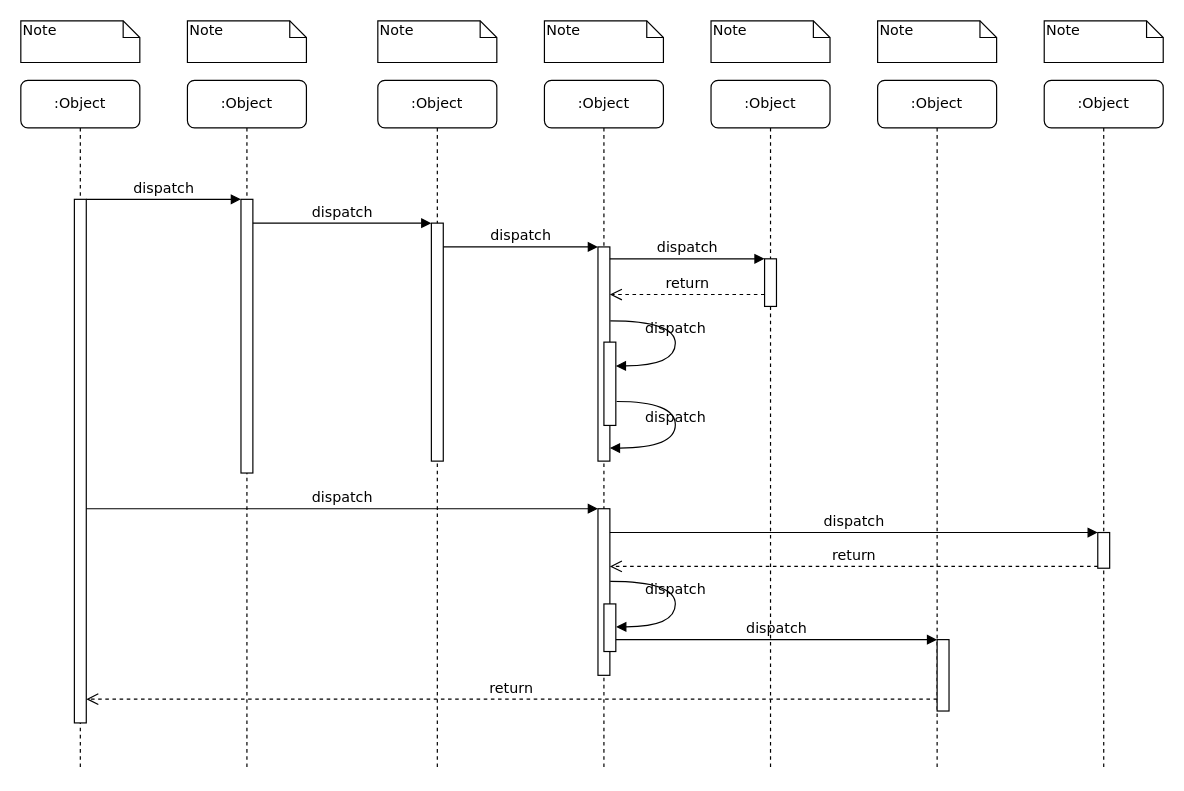
The draw.io diagram assets/未命名绘图.drawio in Limbozombie/WebServer, before the edit. Source tidied: cells renumbered, new cells numbered last; positions are measured from the earlier drawing's top-left corner, leaving out a move shared by most shapes. Both pictures are drawn from the tidied source at 119%, with x=0, y=0 at pixel (20, 20).
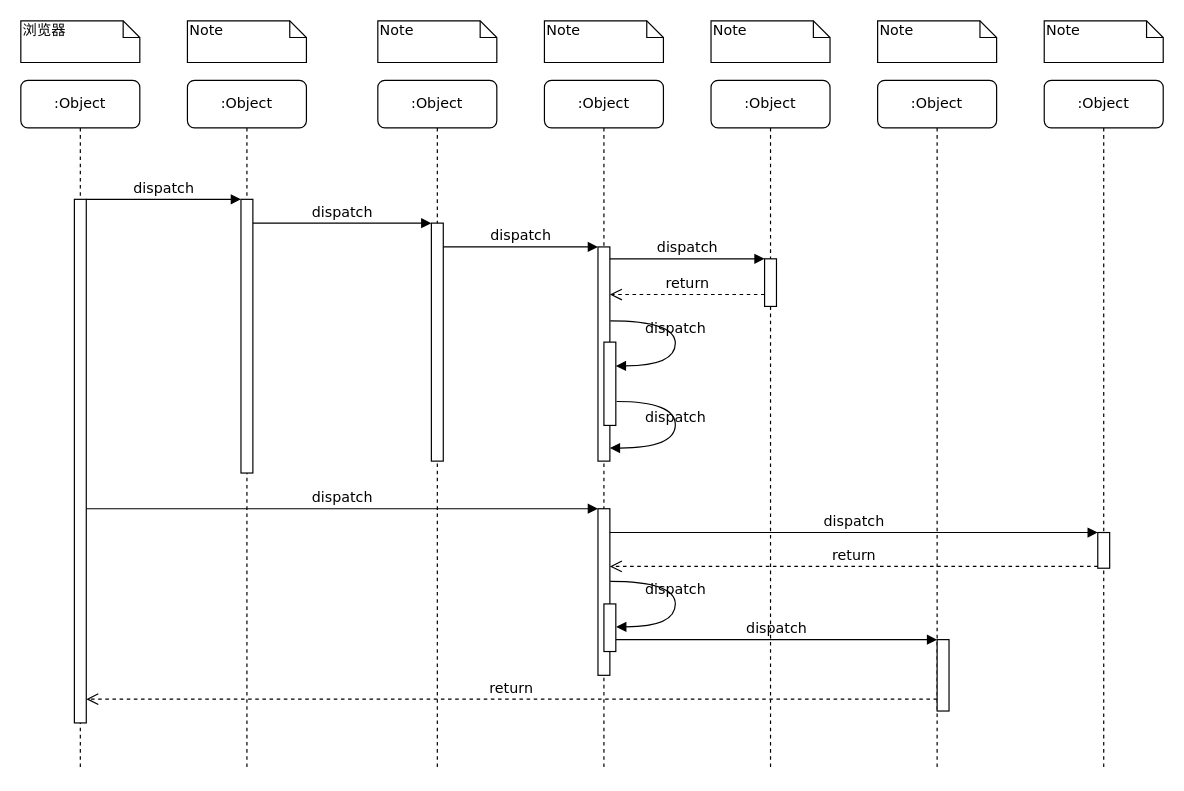
The same diagram, later.

What changed in the source:
```diff
@@
-    <mxCell id="32" value="Note" style="shape=note;whiteSpace=wrap;html=1;size=14;verticalAlign=top;align=left;spacingTop=-6;rounded=0;shadow=0;comic=0;labelBackgroundColor=none;strokeWidth=1;fontFamily=Verdana;fontSize=12;" parent="1" vertex="1">
+    <mxCell id="32" value="浏览器" style="shape=note;whiteSpace=wrap;html=1;size=14;verticalAlign=top;align=left;spacingTop=-6;rounded=0;shadow=0;comic=0;labelBackgroundColor=none;strokeWidth=1;fontFamily=Verdana;fontSize=12;" parent="1" vertex="1">
       <mxGeometry width="100" height="35" as="geometry" />
     </mxCell>
```
